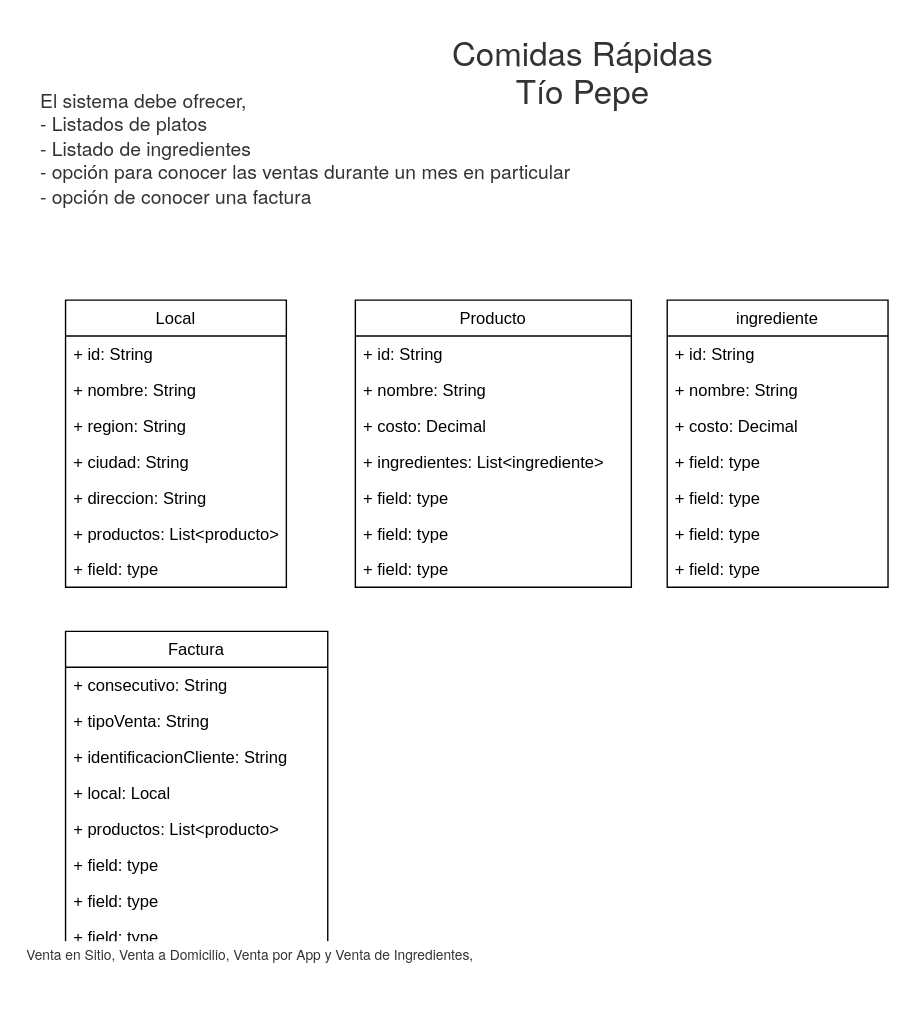
This is resource/model.drawio from gallego610/tioPipe, a draw.io file, before an edit. Source tidied: cells renumbered, new cells numbered last; positions are measured from the earlier drawing's top-left corner, leaving out a move shared by most shapes. Both pictures are drawn from the tidied source at 138%, with x=0, y=0 at pixel (23, 23).
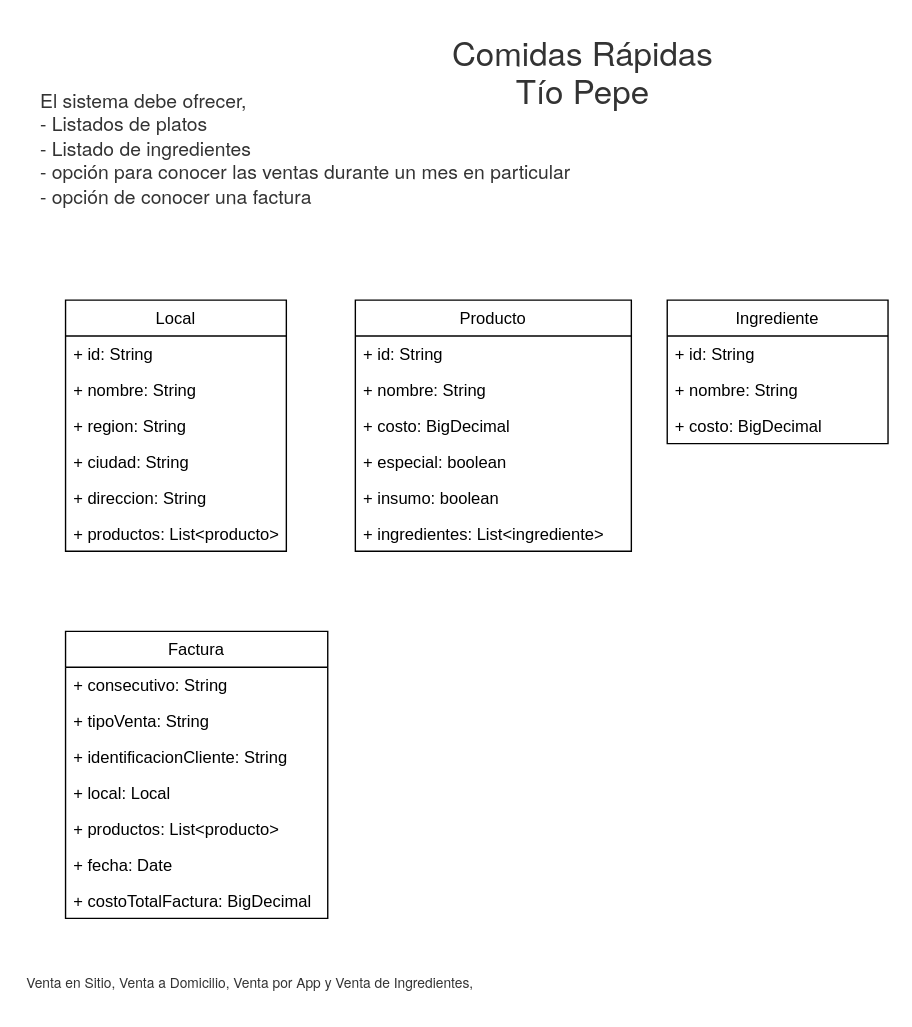
The same diagram, later.

Diff of the diagram source:
```diff
@@
     <mxCell id="3" value="Local" style="swimlane;fontStyle=0;horizontal=1;startSize=26;fillColor=none;" parent="1" vertex="1">
-      <mxGeometry x="30" y="200" width="160" height="208" as="geometry" />
+      <mxGeometry x="30" y="200" width="160" height="182" as="geometry" />
     </mxCell>
@@
-    <mxCell id="10" value="+ field: type" style="text;strokeColor=none;fillColor=none;align=left;verticalAlign=top;spacingLeft=4;spacingRight=4;overflow=hidden;" parent="3" vertex="1">
-      <mxGeometry y="182" width="160" height="26" as="geometry" />
-    </mxCell>
     <mxCell id="11" value="Producto" style="swimlane;fontStyle=0;horizontal=1;startSize=26;fillColor=none;" parent="1" vertex="1">
-      <mxGeometry x="240" y="200" width="200" height="208" as="geometry" />
+      <mxGeometry x="240" y="200" width="200" height="182" as="geometry" />
     </mxCell>
@@
-    <mxCell id="14" value="+ costo: Decimal" style="text;strokeColor=none;fillColor=none;align=left;verticalAlign=top;spacingLeft=4;spacingRight=4;overflow=hidden;" parent="11" vertex="1">
+    <mxCell id="14" value="+ costo: BigDecimal" style="text;strokeColor=none;fillColor=none;align=left;verticalAlign=top;spacingLeft=4;spacingRight=4;overflow=hidden;" parent="11" vertex="1">
       <mxGeometry y="78" width="200" height="26" as="geometry" />
     </mxCell>
+    <mxCell id="38" value="+ especial: boolean" style="text;strokeColor=none;fillColor=none;align=left;verticalAlign=top;spacingLeft=4;spacingRight=4;overflow=hidden;" parent="11" vertex="1">
+      <mxGeometry y="104" width="200" height="26" as="geometry" />
+    </mxCell>
+    <mxCell id="39" value="+ insumo: boolean" style="text;strokeColor=none;fillColor=none;align=left;verticalAlign=top;spacingLeft=4;spacingRight=4;overflow=hidden;" parent="11" vertex="1">
+      <mxGeometry y="130" width="200" height="26" as="geometry" />
+    </mxCell>
     <mxCell id="15" value="+ ingredientes: List&lt;ingrediente&gt;" style="text;strokeColor=none;fillColor=none;align=left;verticalAlign=top;spacingLeft=4;spacingRight=4;overflow=hidden;" parent="11" vertex="1">
-      <mxGeometry y="104" width="200" height="26" as="geometry" />
+      <mxGeometry y="156" width="200" height="26" as="geometry" />
     </mxCell>
-    <mxCell id="16" value="+ field: type" style="text;strokeColor=none;fillColor=none;align=left;verticalAlign=top;spacingLeft=4;spacingRight=4;overflow=hidden;" parent="11" vertex="1">
-      <mxGeometry y="130" width="200" height="26" as="geometry" />
-    </mxCell>
-    <mxCell id="17" value="+ field: type" style="text;strokeColor=none;fillColor=none;align=left;verticalAlign=top;spacingLeft=4;spacingRight=4;overflow=hidden;" parent="11" vertex="1">
-      <mxGeometry y="156" width="200" height="26" as="geometry" />
-    </mxCell>
-    <mxCell id="18" value="+ field: type" style="text;strokeColor=none;fillColor=none;align=left;verticalAlign=top;spacingLeft=4;spacingRight=4;overflow=hidden;" parent="11" vertex="1">
-      <mxGeometry y="182" width="200" height="26" as="geometry" />
-    </mxCell>
-    <mxCell id="19" value="ingrediente" style="swimlane;fontStyle=0;horizontal=1;startSize=26;fillColor=none;" parent="1" vertex="1">
-      <mxGeometry x="466" y="200" width="160" height="208" as="geometry" />
+    <mxCell id="19" value="Ingrediente" style="swimlane;fontStyle=0;horizontal=1;startSize=26;fillColor=none;" parent="1" vertex="1">
+      <mxGeometry x="466" y="200" width="160" height="104" as="geometry" />
     </mxCell>
@@
-    <mxCell id="22" value="+ costo: Decimal" style="text;strokeColor=none;fillColor=none;align=left;verticalAlign=top;spacingLeft=4;spacingRight=4;overflow=hidden;" parent="19" vertex="1">
+    <mxCell id="22" value="+ costo: BigDecimal" style="text;strokeColor=none;fillColor=none;align=left;verticalAlign=top;spacingLeft=4;spacingRight=4;overflow=hidden;" parent="19" vertex="1">
       <mxGeometry y="78" width="160" height="26" as="geometry" />
     </mxCell>
-    <mxCell id="23" value="+ field: type" style="text;strokeColor=none;fillColor=none;align=left;verticalAlign=top;spacingLeft=4;spacingRight=4;overflow=hidden;" parent="19" vertex="1">
-      <mxGeometry y="104" width="160" height="26" as="geometry" />
-    </mxCell>
-    <mxCell id="24" value="+ field: type" style="text;strokeColor=none;fillColor=none;align=left;verticalAlign=top;spacingLeft=4;spacingRight=4;overflow=hidden;" parent="19" vertex="1">
-      <mxGeometry y="130" width="160" height="26" as="geometry" />
-    </mxCell>
-    <mxCell id="25" value="+ field: type" style="text;strokeColor=none;fillColor=none;align=left;verticalAlign=top;spacingLeft=4;spacingRight=4;overflow=hidden;" parent="19" vertex="1">
-      <mxGeometry y="156" width="160" height="26" as="geometry" />
-    </mxCell>
-    <mxCell id="26" value="+ field: type" style="text;strokeColor=none;fillColor=none;align=left;verticalAlign=top;spacingLeft=4;spacingRight=4;overflow=hidden;" parent="19" vertex="1">
-      <mxGeometry y="182" width="160" height="26" as="geometry" />
-    </mxCell>
     <mxCell id="27" value="Factura" style="swimlane;fontStyle=0;horizontal=1;startSize=26;fillColor=none;" parent="1" vertex="1">
-      <mxGeometry x="30" y="440" width="190" height="234" as="geometry" />
+      <mxGeometry x="30" y="440" width="190" height="208" as="geometry" />
     </mxCell>
@@
-    <mxCell id="33" value="+ field: type" style="text;strokeColor=none;fillColor=none;align=left;verticalAlign=top;spacingLeft=4;spacingRight=4;overflow=hidden;" parent="27" vertex="1">
+    <mxCell id="33" value="+ fecha: Date" style="text;strokeColor=none;fillColor=none;align=left;verticalAlign=top;spacingLeft=4;spacingRight=4;overflow=hidden;" parent="27" vertex="1">
       <mxGeometry y="156" width="190" height="26" as="geometry" />
     </mxCell>
-    <mxCell id="34" value="+ field: type" style="text;strokeColor=none;fillColor=none;align=left;verticalAlign=top;spacingLeft=4;spacingRight=4;overflow=hidden;" parent="27" vertex="1">
-      <mxGeometry y="182" width="190" height="26" as="geometry" />
-    </mxCell>
-    <mxCell id="35" value="+ field: type" style="text;strokeColor=none;fillColor=none;align=left;verticalAlign=top;spacingLeft=4;spacingRight=4;overflow=hidden;" parent="27" vertex="1">
-      <mxGeometry y="208" width="190" height="26" as="geometry" />
-    </mxCell>
+    <mxCell id="40" value="+ costoTotalFactura: BigDecimal" style="text;strokeColor=none;fillColor=none;align=left;verticalAlign=top;spacingLeft=4;spacingRight=4;overflow=hidden;" parent="27" vertex="1">
+      <mxGeometry y="182" width="190" height="26" as="geometry" />
+    </mxCell>
@@
     <mxCell id="37" value="&lt;span style=&quot;color: rgb(51 , 51 , 51) ; font-family: &amp;#34;nunito&amp;#34; , &amp;#34;nunitosans&amp;#34; , &amp;#34;helvetica neue&amp;#34; , &amp;#34;helvetica&amp;#34; , &amp;#34;arial&amp;#34; , sans-serif ; font-style: normal ; font-weight: 400 ; letter-spacing: normal ; text-indent: 0px ; text-transform: none ; word-spacing: 0px ; background-color: rgb(255 , 255 , 255) ; display: inline ; float: none&quot;&gt;&lt;font style=&quot;font-size: 10px&quot;&gt;Venta en Sitio, Venta a Domicilio, Venta por App y Venta de Ingredientes,&lt;/font&gt;&lt;/span&gt;" style="text;whiteSpace=wrap;html=1;" parent="1" vertex="1">
-      <mxGeometry y="660" width="480" height="30" as="geometry" />
+      <mxGeometry y="680" width="480" height="30" as="geometry" />
     </mxCell>
```
